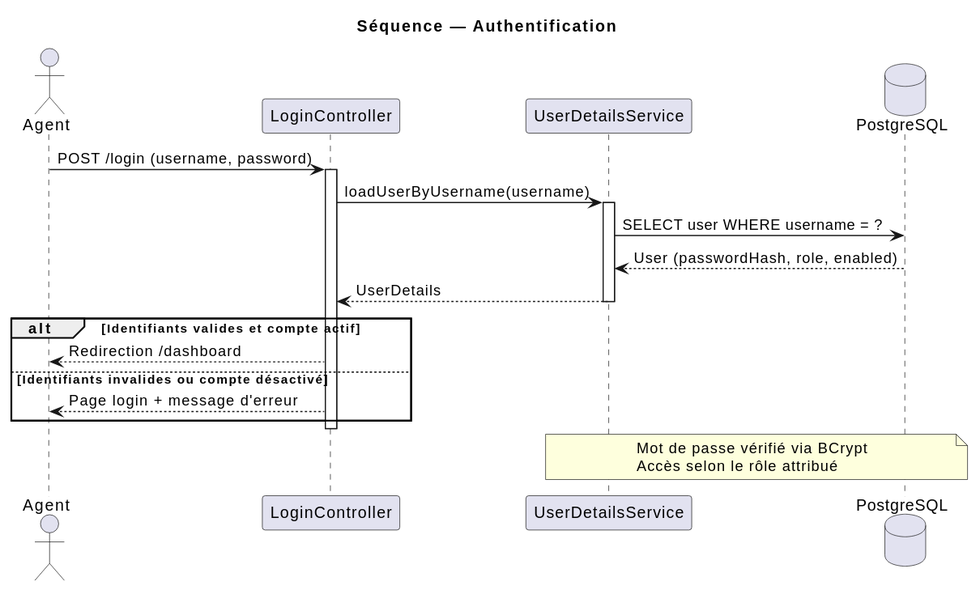
Before: documentation/uml/sequence/01-authentification.svg, a diagram exported from PlantUML (aminabensouda106-gif/banque1). The source it was exported from:
```plantuml
@startuml
skinparam shadowing false
skinparam responseMessageBelowArrow true

title Séquence — Authentification

actor Agent
participant "LoginController" as C
participant "UserDetailsService" as S
database "PostgreSQL" as DB

Agent -> C : POST /login (username, password)
activate C
C -> S : loadUserByUsername(username)
activate S
S -> DB : SELECT user WHERE username = ?
DB --> S : User (passwordHash, role, enabled)
S --> C : UserDetails
deactivate S

alt Identifiants valides et compte actif
  C --> Agent : Redirection /dashboard
else Identifiants invalides ou compte désactivé
  C --> Agent : Page login + message d'erreur
end
deactivate C

note over S, DB
  Mot de passe vérifié via BCrypt
  Accès selon le rôle attribué
end note
@enduml
```
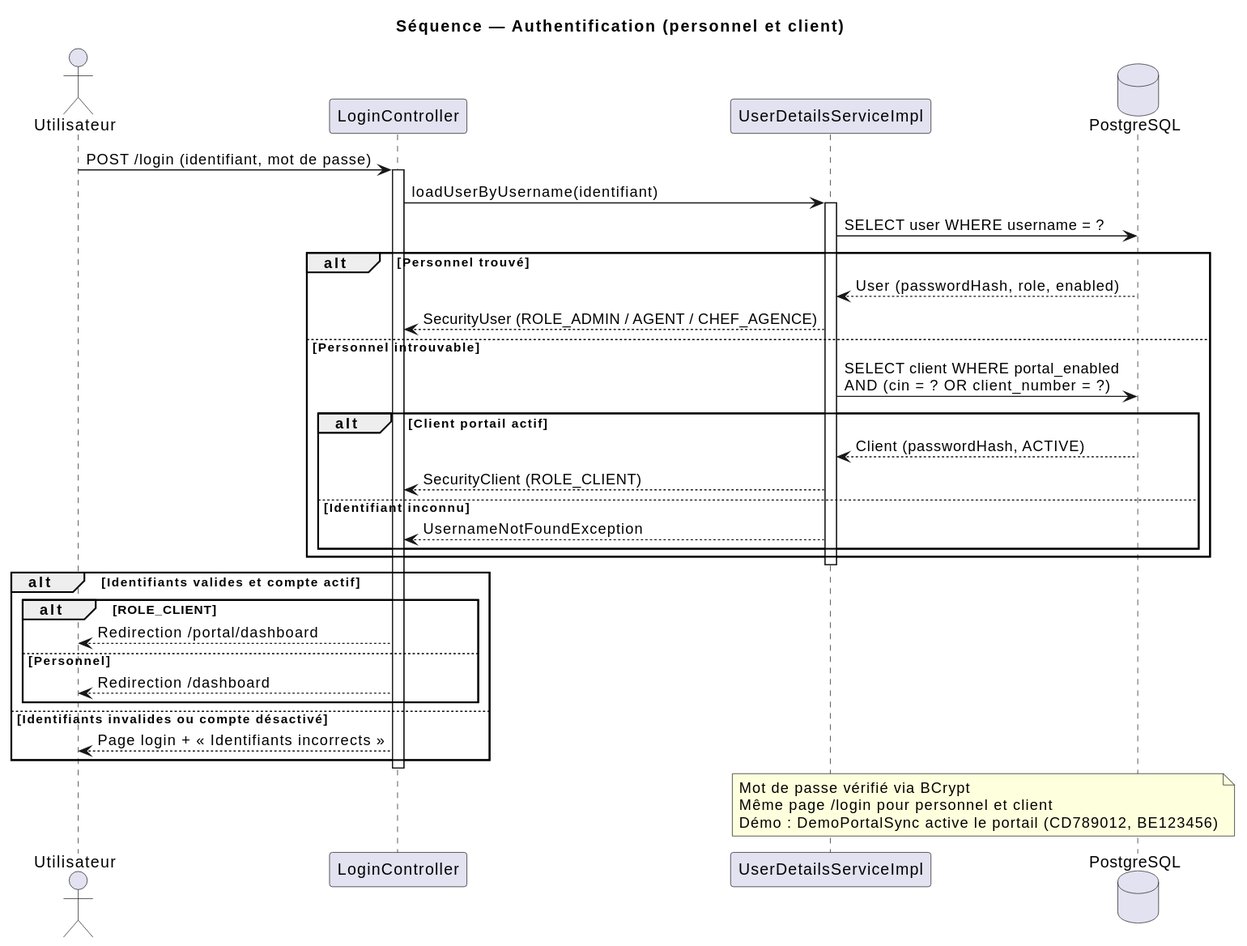
After the commit.

What changed in the source:
```diff
@@ -2,31 +2,47 @@
 skinparam shadowing false
 skinparam responseMessageBelowArrow true
 
-title Séquence — Authentification
+title Séquence — Authentification (personnel et client)
 
-actor Agent
+actor Utilisateur as U
 participant "LoginController" as C
-participant "UserDetailsService" as S
+participant "UserDetailsServiceImpl" as S
 database "PostgreSQL" as DB
 
-Agent -> C : POST /login (username, password)
+U -> C : POST /login (identifiant, mot de passe)
 activate C
-C -> S : loadUserByUsername(username)
+C -> S : loadUserByUsername(identifiant)
 activate S
+
 S -> DB : SELECT user WHERE username = ?
-DB --> S : User (passwordHash, role, enabled)
-S --> C : UserDetails
+alt Personnel trouvé
+  DB --> S : User (passwordHash, role, enabled)
+  S --> C : SecurityUser (ROLE_ADMIN / AGENT / CHEF_AGENCE)
+else Personnel introuvable
+  S -> DB : SELECT client WHERE portal_enabled\nAND (cin = ? OR client_number = ?)
+  alt Client portail actif
+    DB --> S : Client (passwordHash, ACTIVE)
+    S --> C : SecurityClient (ROLE_CLIENT)
+  else Identifiant inconnu
+    S --> C : UsernameNotFoundException
+  end
+end
 deactivate S
 
 alt Identifiants valides et compte actif
-  C --> Agent : Redirection /dashboard
+  alt ROLE_CLIENT
+    C --> U : Redirection /portal/dashboard
+  else Personnel
+    C --> U : Redirection /dashboard
+  end
 else Identifiants invalides ou compte désactivé
-  C --> Agent : Page login + message d'erreur
+  C --> U : Page login + « Identifiants incorrects »
 end
 deactivate C
 
 note over S, DB
   Mot de passe vérifié via BCrypt
-  Accès selon le rôle attribué
+  Même page /login pour personnel et client
+  Démo : DemoPortalSync active le portail (CD789012, BE123456)
 end note
 @enduml
```
